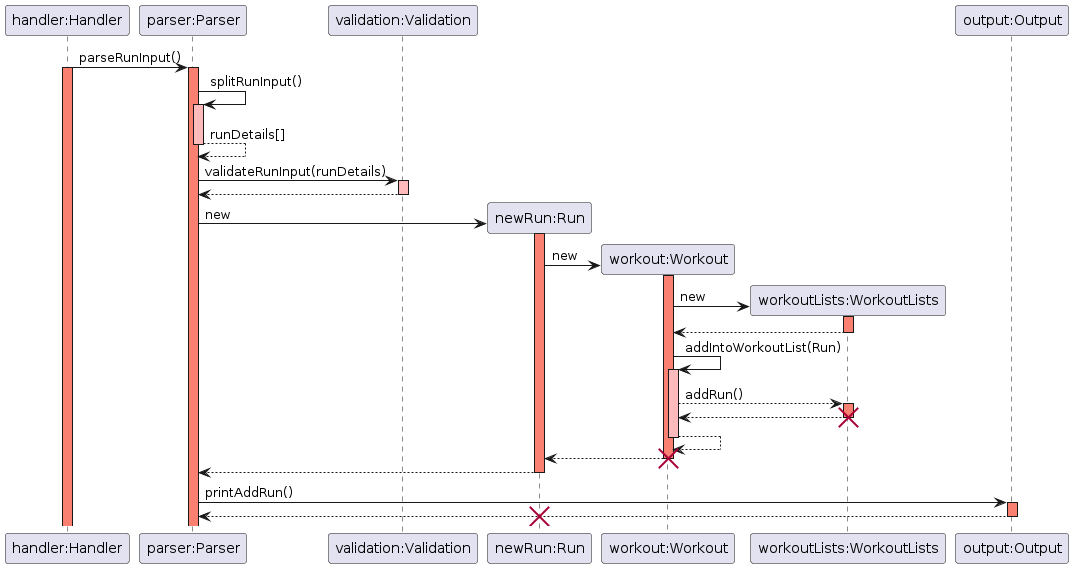
Before: docs/img/sequence_diagrams/run_sequence_diagram.png, a diagram exported from PlantUML (rouvinerh/tp).
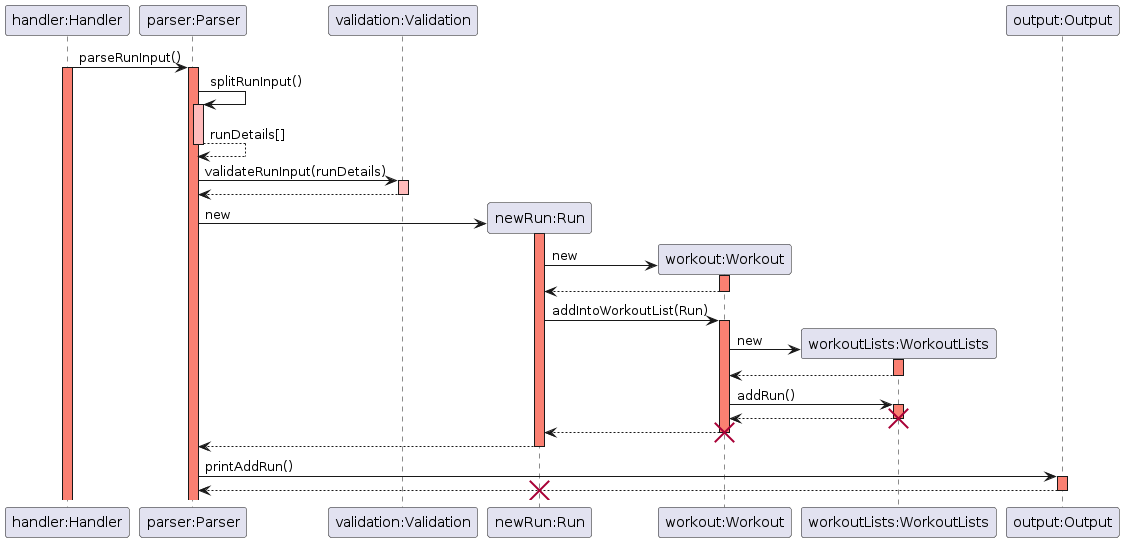
Later version of the same file.

Commit message:
update run seq

Diff of the diagram source:
```diff
@@ -1,49 +1,41 @@
 @startuml
 skinparam sequenceReferenceBackgroundColor lightblue
-
 participant "handler:Handler" as Handler
-
 participant "parser:Parser" as Parser
 participant "validation:Validation" as Validation
 participant "newRun:Run" as Run
 participant "workout:Workout" as Workout
 participant "workoutLists:WorkoutLists" as WorkoutLists
 participant "output:Output" as Output
-
 Handler -> Parser: parseRunInput()
 activate Handler #salmon
 activate Parser #salmon
-
 Parser -> Parser: splitRunInput()
 activate Parser #FFBBBB
 Parser --> Parser: runDetails[]
 deactivate Parser #FFBBBB
-
 Parser -> Validation: validateRunInput(runDetails)
 activate Validation #FFBBBB
 Validation --> Parser:
 deactivate Validation
-
 Parser -> Run **: new
 activate Run #salmon
 Run -> Workout **: new
 activate Workout #salmon
-
+Workout --> Run
+deactivate Workout #salmon
+Run -> Workout: addIntoWorkoutList(Run)
+activate Workout #salmon
 Workout -> WorkoutLists **: new
 activate WorkoutLists #salmon
 WorkoutLists --> Workout:
 deactivate WorkoutLists #salmon
-Workout -> Workout: addIntoWorkoutList(Run)
-activate Workout #FFBBBB
-Workout --> WorkoutLists: addRun()
+Workout -> WorkoutLists: addRun()
 activate WorkoutLists #salmon
 WorkoutLists --> Workout:
 destroy WorkoutLists
-Workout --> Workout:
-deactivate Workout #FFBBBB
 Workout --> Run:
 destroy Workout
-
 Run --> Parser:
 deactivate Run #FFBBBB
 Parser -> Output: printAddRun()
```
